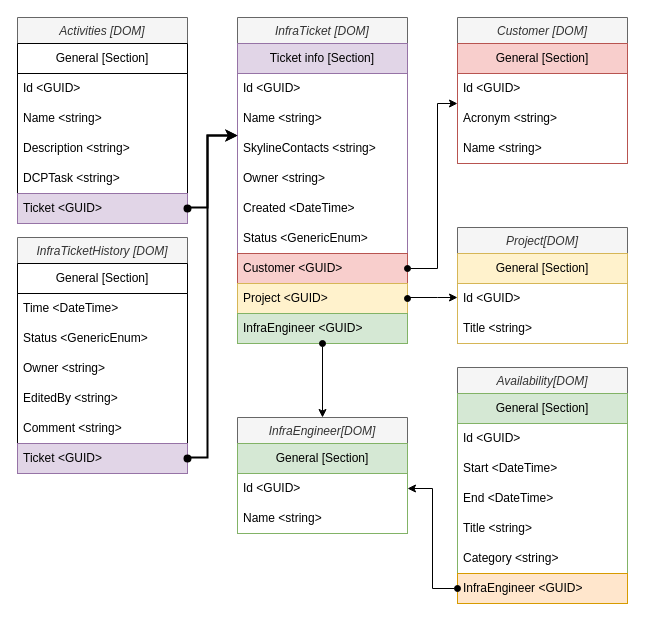
Before: DOM_Design.drawio in jarnevynckier/DOM_Design, a draw.io diagram. Source tidied: cells renumbered, new cells numbered last; positions are measured from the earlier drawing's top-left corner, leaving out a move shared by most shapes. Both pictures are drawn from the tidied source at 100%, with x=0, y=0 at pixel (17, 17).
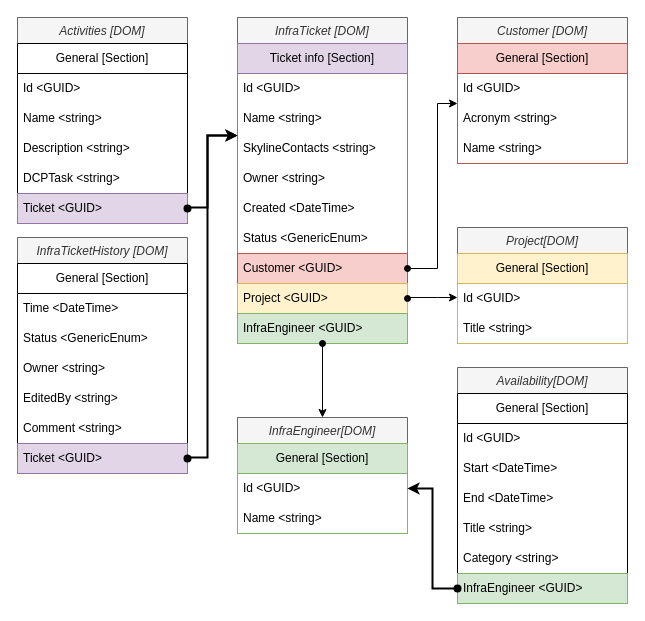
After the change.

Unchanged cells that the change refers to:
```xml
<mxCell id="41" value="Availability[DOM]" style="swimlane;fontStyle=2;align=center;verticalAlign=top;horizontal=1;startSize=26;rounded=0;shadow=0;strokeWidth=1;fillColor=#f5f5f5;fontColor=#333333;strokeColor=#666666;" parent="1" vertex="1">
  <mxGeometry x="440" y="350" width="170" height="236" as="geometry" />
</mxCell>
<mxCell id="51" value="Id &amp;lt;GUID&amp;gt;" style="text;strokeColor=none;fillColor=none;align=left;verticalAlign=middle;spacingLeft=4;spacingRight=4;overflow=hidden;points=[[0,0.5],[1,0.5]];portConstraint=eastwest;whiteSpace=wrap;html=1;" parent="50" vertex="1">
  <mxGeometry y="30" width="170" height="30" as="geometry" />
</mxCell>
```

Change to the diagram source:
```diff
@@
-    <mxCell id="42" value="General [Section]" style="swimlane;fontStyle=0;horizontal=1;startSize=30;whiteSpace=wrap;html=1;fillColor=#d5e8d4;strokeColor=#82b366;" parent="41" vertex="1">
+    <mxCell id="42" value="General [Section]" style="swimlane;fontStyle=0;horizontal=1;startSize=30;whiteSpace=wrap;html=1;" parent="41" vertex="1">
       <mxGeometry y="26" width="170" height="210" as="geometry" />
     </mxCell>
@@
-    <mxCell id="48" value="InfraEngineer &amp;lt;GUID&amp;gt;" style="text;align=left;verticalAlign=middle;spacingLeft=4;spacingRight=4;overflow=hidden;points=[[0,0.5],[1,0.5]];portConstraint=eastwest;whiteSpace=wrap;html=1;fillColor=#ffe6cc;strokeColor=#d79b00;" parent="42" vertex="1">
+    <mxCell id="48" value="InfraEngineer &amp;lt;GUID&amp;gt;" style="text;align=left;verticalAlign=middle;spacingLeft=4;spacingRight=4;overflow=hidden;points=[[0,0.5],[1,0.5]];portConstraint=eastwest;whiteSpace=wrap;html=1;fillColor=#d5e8d4;strokeColor=#82b366;" parent="42" vertex="1">
       <mxGeometry y="180" width="170" height="30" as="geometry" />
     </mxCell>
@@
-    <mxCell id="54" style="edgeStyle=orthogonalEdgeStyle;rounded=0;jettySize=auto;html=1;entryX=1;entryY=0.5;entryDx=0;entryDy=0;startArrow=oval;startFill=1;" parent="1" edge="1" source="48" target="51">
+    <mxCell id="54" style="edgeStyle=orthogonalEdgeStyle;rounded=0;jettySize=auto;html=1;entryX=1;entryY=0.5;entryDx=0;entryDy=0;startArrow=oval;startFill=1;strokeWidth=2;" parent="1" edge="1" source="48" target="51">
       <mxGeometry relative="1" as="geometry" />
     </mxCell>
```
